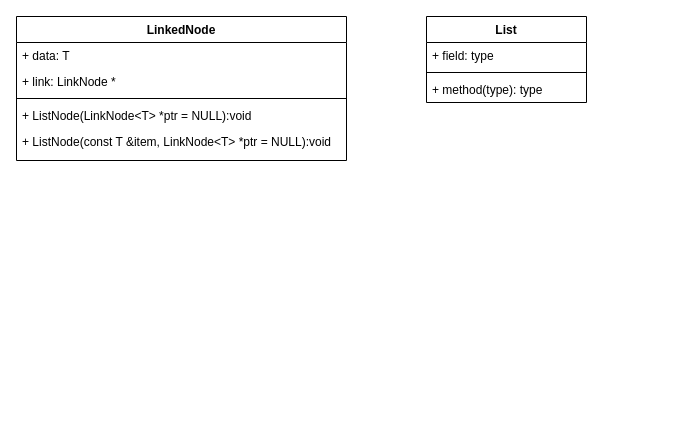
huangzhehao97/uml keeps this draw.io diagram as Untitled Diagram.drawio. Above is the earlier version. Source tidied: cells renumbered, new cells numbered last; positions are measured from the earlier drawing's top-left corner, leaving out a move shared by most shapes. Both pictures are drawn from the tidied source at 100%, with x=0, y=0 at pixel (16, 16).
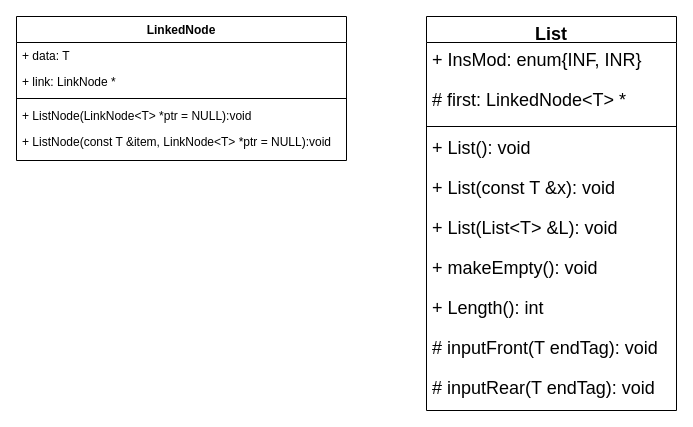
Above is the later version.

Diff of the diagram source:
```diff
@@
 <mxGraphModel>
   <root>
     <mxCell id="0" />
     <mxCell id="1" parent="0" />
     <mxCell id="2" value="LinkedNode" style="swimlane;fontStyle=1;align=center;verticalAlign=top;horizontal=1;startSize=26;" parent="1" vertex="1">
       <mxGeometry width="330" height="144" as="geometry" />
     </mxCell>
     <mxCell id="3" value="+ data: T" style="text;strokeColor=none;fillColor=none;align=left;verticalAlign=top;spacingLeft=4;spacingRight=4;overflow=hidden;" parent="2" vertex="1">
       <mxGeometry y="26" width="330" height="26" as="geometry" />
     </mxCell>
     <mxCell id="4" value="+ link: LinkNode *" style="text;strokeColor=none;fillColor=none;align=left;verticalAlign=top;spacingLeft=4;spacingRight=4;overflow=hidden;" parent="2" vertex="1">
       <mxGeometry y="52" width="330" height="26" as="geometry" />
     </mxCell>
     <mxCell id="5" style="line;strokeWidth=1;fillColor=none;align=left;verticalAlign=middle;spacingTop=-1;spacingLeft=3;spacingRight=3;labelPosition=right;" parent="2" vertex="1">
       <mxGeometry y="78" width="330" height="8" as="geometry" />
     </mxCell>
     <mxCell id="6" value="+ ListNode(LinkNode&lt;T&gt; *ptr = NULL):void" style="text;strokeColor=none;fillColor=none;align=left;verticalAlign=top;spacingLeft=4;spacingRight=4;overflow=hidden;" parent="2" vertex="1">
       <mxGeometry y="86" width="330" height="26" as="geometry" />
     </mxCell>
     <mxCell id="7" value="+ ListNode(const T &amp;item, LinkNode&lt;T&gt; *ptr = NULL):void" style="text;strokeColor=none;fillColor=none;align=left;verticalAlign=top;spacingLeft=4;spacingRight=4;overflow=hidden;" parent="2" vertex="1">
       <mxGeometry y="112" width="330" height="32" as="geometry" />
     </mxCell>
-    <mxCell id="8" value="List" style="swimlane;fontStyle=1;align=center;verticalAlign=top;horizontal=1;startSize=26;" parent="1" vertex="1">
-      <mxGeometry x="410" width="160" height="86" as="geometry" />
+    <mxCell id="8" value="List" style="swimlane;fontStyle=1;align=center;verticalAlign=top;horizontal=1;startSize=26;fontSize=18;" parent="1" vertex="1">
+      <mxGeometry x="410" width="250" height="394" as="geometry" />
     </mxCell>
-    <mxCell id="9" value="+ field: type" style="text;strokeColor=none;fillColor=none;align=left;verticalAlign=top;spacingLeft=4;spacingRight=4;overflow=hidden;" parent="8" vertex="1">
-      <mxGeometry y="26" width="160" height="26" as="geometry" />
+    <mxCell id="9" value="+ InsMod: enum{INF, INR}" style="text;strokeColor=none;fillColor=none;align=left;verticalAlign=top;spacingLeft=4;spacingRight=4;overflow=hidden;fontSize=18;" parent="8" vertex="1">
+      <mxGeometry y="26" width="250" height="40" as="geometry" />
     </mxCell>
+    <mxCell id="12" value="# first: LinkedNode&lt;T&gt; *" style="text;strokeColor=none;fillColor=none;align=left;verticalAlign=top;spacingLeft=4;spacingRight=4;overflow=hidden;fontSize=18;" parent="8" vertex="1">
+      <mxGeometry y="66" width="250" height="40" as="geometry" />
+    </mxCell>
     <mxCell id="10" style="line;strokeWidth=1;fillColor=none;align=left;verticalAlign=middle;spacingTop=-1;spacingLeft=3;spacingRight=3;labelPosition=right;" parent="8" vertex="1">
-      <mxGeometry y="52" width="160" height="8" as="geometry" />
+      <mxGeometry y="106" width="250" height="8" as="geometry" />
     </mxCell>
-    <mxCell id="11" value="+ method(type): type" style="text;strokeColor=none;fillColor=none;align=left;verticalAlign=top;spacingLeft=4;spacingRight=4;overflow=hidden;" parent="8" vertex="1">
-      <mxGeometry y="60" width="160" height="26" as="geometry" />
+    <mxCell id="11" value="+ List(): void" style="text;strokeColor=none;fillColor=none;align=left;verticalAlign=top;spacingLeft=4;spacingRight=4;overflow=hidden;fontSize=18;" parent="8" vertex="1">
+      <mxGeometry y="114" width="250" height="40" as="geometry" />
     </mxCell>
+    <mxCell id="13" value="+ List(const T &amp;x): void" style="text;strokeColor=none;fillColor=none;align=left;verticalAlign=top;spacingLeft=4;spacingRight=4;overflow=hidden;fontSize=18;" parent="8" vertex="1">
+      <mxGeometry y="154" width="250" height="40" as="geometry" />
+    </mxCell>
+    <mxCell id="14" value="+ List(List&lt;T&gt; &amp;L): void" style="text;strokeColor=none;fillColor=none;align=left;verticalAlign=top;spacingLeft=4;spacingRight=4;overflow=hidden;fontSize=18;" parent="8" vertex="1">
+      <mxGeometry y="194" width="250" height="40" as="geometry" />
+    </mxCell>
+    <mxCell id="15" value="+ makeEmpty(): void" style="text;strokeColor=none;fillColor=none;align=left;verticalAlign=top;spacingLeft=4;spacingRight=4;overflow=hidden;fontSize=18;" parent="8" vertex="1">
+      <mxGeometry y="234" width="250" height="40" as="geometry" />
+    </mxCell>
+    <mxCell id="16" value="+ Length(): int" style="text;strokeColor=none;fillColor=none;align=left;verticalAlign=top;spacingLeft=4;spacingRight=4;overflow=hidden;fontSize=18;" parent="8" vertex="1">
+      <mxGeometry y="274" width="250" height="40" as="geometry" />
+    </mxCell>
+    <mxCell id="17" value="# inputFront(T endTag): void" style="text;strokeColor=none;fillColor=none;align=left;verticalAlign=top;spacingLeft=4;spacingRight=4;overflow=hidden;fontSize=18;" parent="8" vertex="1">
+      <mxGeometry y="314" width="250" height="40" as="geometry" />
+    </mxCell>
+    <mxCell id="18" value="# inputRear(T endTag): void" style="text;strokeColor=none;fillColor=none;align=left;verticalAlign=top;spacingLeft=4;spacingRight=4;overflow=hidden;fontSize=18;" parent="8" vertex="1">
+      <mxGeometry y="354" width="250" height="40" as="geometry" />
+    </mxCell>
   </root>
 </mxGraphModel>
```
